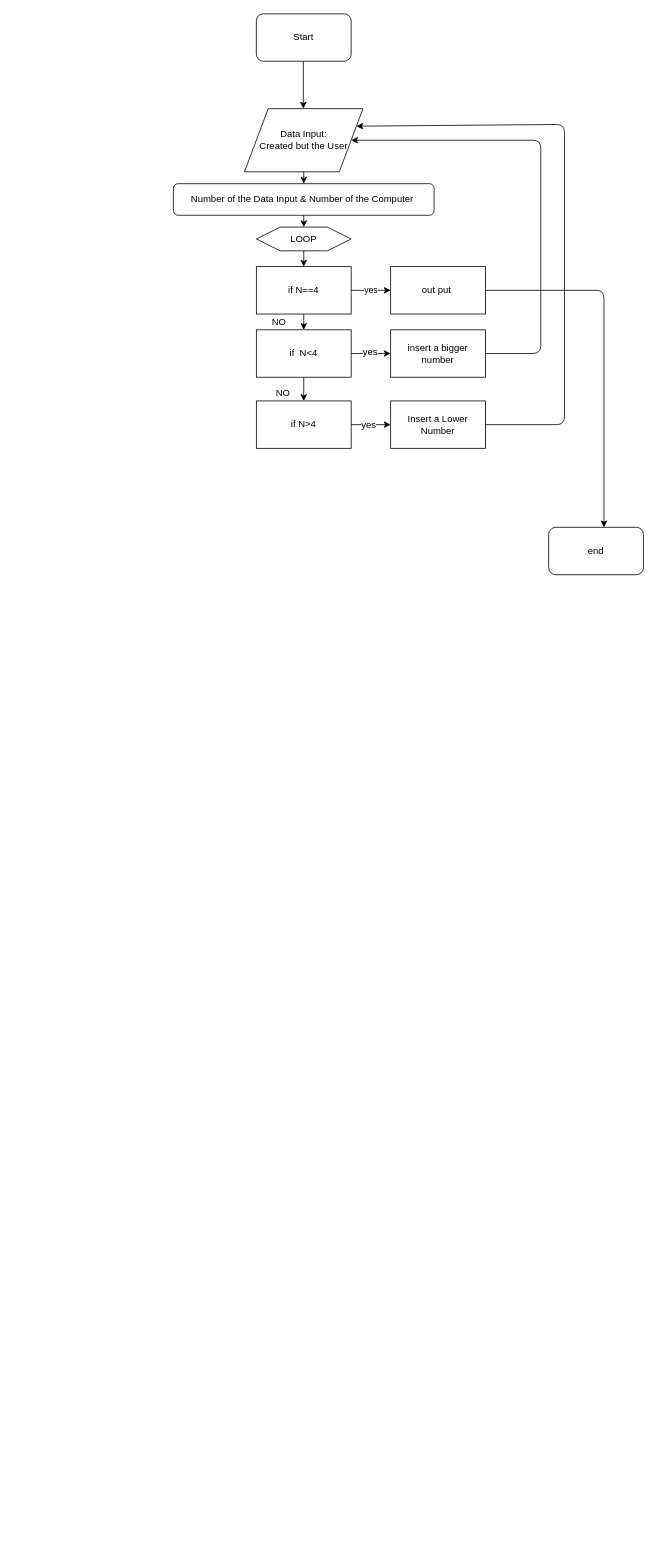
BabSchu/FSWD80-ADS-DAY01-PairLeaderName-Schuch-Moreno-Simic keeps this draw.io diagram as Untitled Diagram.drawio. Above is the earlier version. Source tidied: cells renumbered, new cells numbered last; positions are measured from the earlier drawing's top-left corner, leaving out a move shared by most shapes. Both pictures are drawn from the tidied source at 79%, with x=0, y=0 at pixel (173, 13).
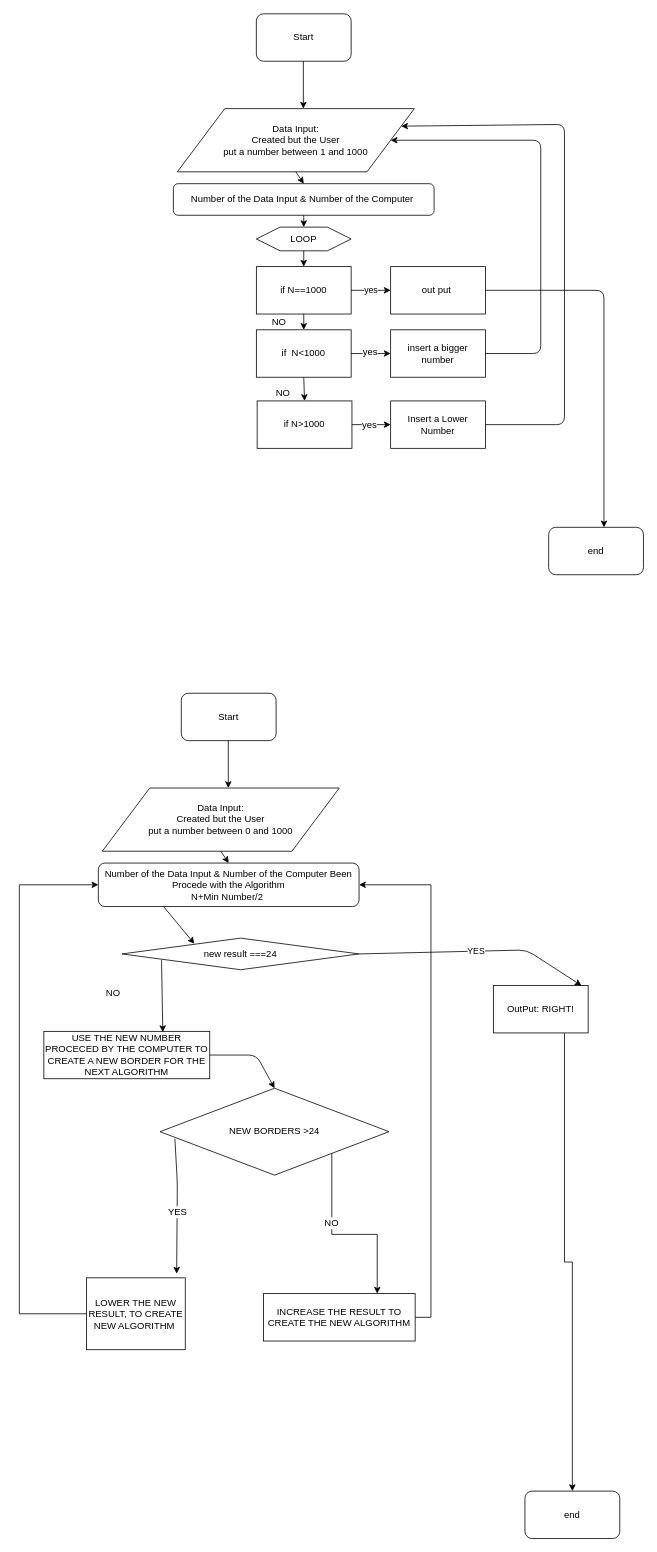
After the change.

Commit message:
FLOWCHART WITH BOOLEAN, ALGORITHM

Change to the diagram source:
```diff
@@
-    <mxCell id="4" value="Data Input:&lt;br&gt;Created but the User" style="shape=parallelogram;perimeter=parallelogramPerimeter;whiteSpace=wrap;html=1;" parent="1" vertex="1">
-      <mxGeometry x="90" y="120" width="150" height="80" as="geometry" />
+    <mxCell id="4" value="Data Input:&lt;br&gt;Created but the User&lt;br&gt;put a number between 1 and 1000" style="shape=parallelogram;perimeter=parallelogramPerimeter;whiteSpace=wrap;html=1;" parent="1" vertex="1">
+      <mxGeometry x="5" y="120" width="300" height="80" as="geometry" />
     </mxCell>
@@
-    <mxCell id="6" value="if N==4" style="rounded=0;whiteSpace=wrap;html=1;" parent="1" vertex="1">
+    <mxCell id="6" value="if N==1000" style="rounded=0;whiteSpace=wrap;html=1;" parent="1" vertex="1">
       <mxGeometry x="105" y="320" width="120" height="60" as="geometry" />
     </mxCell>
@@
-    <mxCell id="9" value="if &amp;nbsp;N&amp;lt;4" style="rounded=0;whiteSpace=wrap;html=1;" parent="1" vertex="1">
+    <mxCell id="9" value="if &amp;nbsp;N&amp;lt;1000" style="rounded=0;whiteSpace=wrap;html=1;" parent="1" vertex="1">
       <mxGeometry x="105" y="400" width="120" height="60" as="geometry" />
     </mxCell>
@@
-    <mxCell id="11" value="if N&amp;gt;4" style="rounded=0;whiteSpace=wrap;html=1;" parent="1" vertex="1">
-      <mxGeometry x="105" y="490" width="120" height="60" as="geometry" />
+    <mxCell id="11" value="if N&amp;gt;1000" style="rounded=0;whiteSpace=wrap;html=1;" parent="1" vertex="1">
+      <mxGeometry x="106" y="490" width="120" height="60" as="geometry" />
     </mxCell>
@@
+    <mxCell id="29" value="Start" style="rounded=1;whiteSpace=wrap;html=1;" parent="1" vertex="1">
+      <mxGeometry x="10" y="860" width="120" height="60" as="geometry" />
+    </mxCell>
+    <mxCell id="30" style="endArrow=classic;html=1;" parent="1" edge="1">
+      <mxGeometry relative="1" as="geometry">
+        <mxPoint x="69.5" y="920" as="sourcePoint" />
+        <mxPoint x="69.5" y="980" as="targetPoint" />
+      </mxGeometry>
+    </mxCell>
+    <mxCell id="31" value="Data Input:&lt;br&gt;Created but the User&lt;br&gt;put a number between 0 and 1000" style="shape=parallelogram;perimeter=parallelogramPerimeter;whiteSpace=wrap;html=1;" parent="1" vertex="1">
+      <mxGeometry x="-90" y="980" width="300" height="80" as="geometry" />
+    </mxCell>
+    <mxCell id="32" style="edgeStyle=orthogonalEdgeStyle;rounded=0;jettySize=auto;html=1;exitX=0.75;exitY=1;exitDx=0;exitDy=0;" parent="1" edge="1" source="33" target="38">
+      <mxGeometry relative="1" as="geometry" />
+    </mxCell>
+    <mxCell id="33" value="OutPut: RIGHT!" style="rounded=0;whiteSpace=wrap;html=1;" parent="1" vertex="1">
+      <mxGeometry x="405" y="1230" width="120" height="60" as="geometry" />
+    </mxCell>
+    <mxCell id="34" value="YES" style="endArrow=classic;html=1;exitX=1;exitY=0.5;exitDx=0;exitDy=0;entryX=0.93;entryY=0.002;entryDx=0;entryDy=0;entryPerimeter=0;" parent="1" edge="1" source="49" target="33">
+      <mxGeometry relative="1" as="geometry">
+        <Array as="points">
+          <mxPoint x="447" y="1185" />
+        </Array>
+      </mxGeometry>
+    </mxCell>
+    <mxCell id="35" value="USE THE NEW NUMBER PROCECED BY THE COMPUTER TO CREATE A NEW BORDER FOR THE NEXT ALGORITHM" style="rounded=0;whiteSpace=wrap;html=1;" parent="1" vertex="1">
+      <mxGeometry x="-164" y="1288" width="210" height="60" as="geometry" />
+    </mxCell>
+    <mxCell id="36" value="Number of the Data Input &amp;amp; Number of the Computer Been Procede with the Algorithm &lt;br&gt;N+Min Number/2&amp;nbsp;" style="rounded=1;whiteSpace=wrap;html=1;" parent="1" vertex="1">
+      <mxGeometry x="-95" y="1075" width="330" height="55" as="geometry" />
+    </mxCell>
+    <mxCell id="37" style="endArrow=classic;html=1;exitX=0.5;exitY=1;exitDx=0;exitDy=0;entryX=0.5;entryY=0;entryDx=0;entryDy=0;" parent="1" edge="1" source="31" target="36">
+      <mxGeometry relative="1" as="geometry" />
+    </mxCell>
+    <mxCell id="38" value="end" style="rounded=1;whiteSpace=wrap;html=1;" parent="1" vertex="1">
+      <mxGeometry x="445" y="1870" width="120" height="60" as="geometry" />
+    </mxCell>
+    <mxCell id="39" value="NO" style="text;html=1;align=left;verticalAlign=top;spacingTop=-4;" parent="1" vertex="1">
+      <mxGeometry x="-87" y="1230" width="30" height="20" as="geometry" />
+    </mxCell>
+    <mxCell id="40" style="edgeStyle=orthogonalEdgeStyle;rounded=0;jettySize=auto;html=1;exitX=1;exitY=0;exitDx=0;exitDy=0;entryX=0.75;entryY=0;entryDx=0;entryDy=0;" parent="1" edge="1" source="42" target="48">
+      <mxGeometry relative="1" as="geometry" />
+    </mxCell>
+    <mxCell id="41" value="NO" style="text;html=1;align=center;verticalAlign=middle;labelBackgroundColor=#ffffff;" parent="40" vertex="1">
+      <mxGeometry x="-0.25" y="-1" relative="1" as="geometry" />
+    </mxCell>
+    <mxCell id="42" value="NEW BORDERS &amp;gt;24" style="rhombus;whiteSpace=wrap;html=1;direction=south;" parent="1" vertex="1">
+      <mxGeometry x="-17" y="1360" width="290" height="110" as="geometry" />
+    </mxCell>
+    <mxCell id="43" style="endArrow=classic;html=1;entryX=0;entryY=0.5;entryDx=0;entryDy=0;exitX=1;exitY=0.5;exitDx=0;exitDy=0;" parent="1" edge="1" source="35" target="42">
+      <mxGeometry relative="1" as="geometry">
+        <Array as="points">
+          <mxPoint x="105" y="1318" />
+        </Array>
+      </mxGeometry>
+    </mxCell>
+    <mxCell id="44" style="edgeStyle=orthogonalEdgeStyle;rounded=0;jettySize=auto;html=1;exitX=0;exitY=0.5;exitDx=0;exitDy=0;entryX=0;entryY=0.5;entryDx=0;entryDy=0;" parent="1" edge="1" source="45" target="36">
+      <mxGeometry relative="1" as="geometry">
+        <Array as="points">
+          <mxPoint x="-195" y="1645" />
+          <mxPoint x="-195" y="1103" />
+        </Array>
+      </mxGeometry>
+    </mxCell>
+    <mxCell id="45" value="LOWER THE NEW RESULT, TO CREATE NEW ALGORITHM&amp;nbsp;" style="rounded=0;whiteSpace=wrap;html=1;" parent="1" vertex="1">
+      <mxGeometry x="-110" y="1600" width="125" height="91" as="geometry" />
+    </mxCell>
+    <mxCell id="46" style="endArrow=classic;html=1;exitX=0.25;exitY=1;exitDx=0;exitDy=0;entryX=0.305;entryY=0.178;entryDx=0;entryDy=0;entryPerimeter=0;" parent="1" edge="1" source="36" target="49">
+      <mxGeometry relative="1" as="geometry" />
+    </mxCell>
+    <mxCell id="47" style="edgeStyle=orthogonalEdgeStyle;rounded=0;jettySize=auto;html=1;exitX=1;exitY=0.5;exitDx=0;exitDy=0;entryX=1;entryY=0.5;entryDx=0;entryDy=0;" parent="1" edge="1" source="48" target="36">
+      <mxGeometry relative="1" as="geometry" />
+    </mxCell>
+    <mxCell id="48" value="INCREASE THE RESULT TO CREATE THE NEW ALGORITHM" style="rounded=0;whiteSpace=wrap;html=1;" parent="1" vertex="1">
+      <mxGeometry x="114" y="1620" width="192" height="60" as="geometry" />
+    </mxCell>
+    <mxCell id="49" value="new result ===24" style="rhombus;whiteSpace=wrap;html=1;" parent="1" vertex="1">
+      <mxGeometry x="-65" y="1170" width="300" height="40" as="geometry" />
+    </mxCell>
+    <mxCell id="50" style="endArrow=classic;html=1;entryX=0.717;entryY=0.016;entryDx=0;entryDy=0;entryPerimeter=0;" parent="1" edge="1" target="35">
+      <mxGeometry relative="1" as="geometry">
+        <mxPoint x="-15" y="1197.6" as="sourcePoint" />
+        <Array as="points">
+          <mxPoint x="-15" y="1200" />
+        </Array>
+      </mxGeometry>
+    </mxCell>
+    <mxCell id="51" style="endArrow=classic;html=1;entryX=0.913;entryY=-0.058;entryDx=0;entryDy=0;entryPerimeter=0;exitX=0.58;exitY=0.935;exitDx=0;exitDy=0;exitPerimeter=0;" parent="1" edge="1" source="42" target="45">
+      <mxGeometry relative="1" as="geometry">
+        <Array as="points">
+          <mxPoint x="5" y="1480" />
+        </Array>
+      </mxGeometry>
+    </mxCell>
+    <mxCell id="52" value="YES" style="text;html=1;align=center;verticalAlign=middle;labelBackgroundColor=#ffffff;" parent="51" vertex="1">
+      <mxGeometry x="0.09" relative="1" as="geometry" />
+    </mxCell>
```
